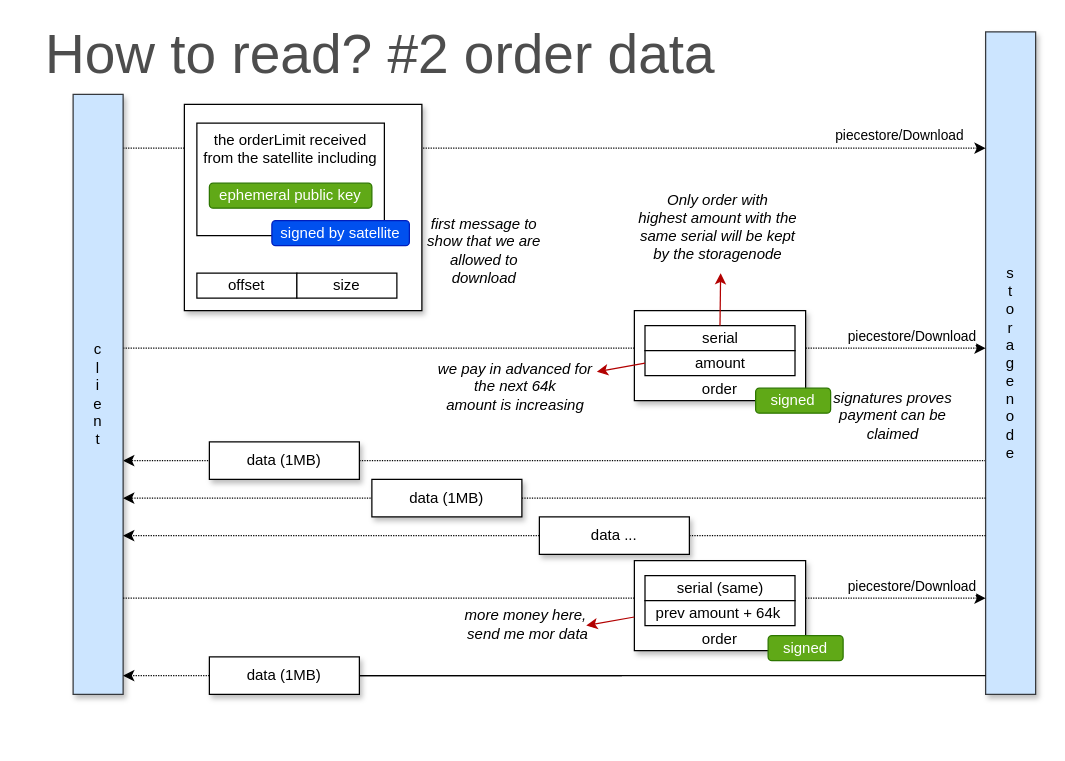
Before: page "read2" (9 of 11) of storj.drawio in storj/illustrated, a draw.io diagram. Source tidied: cells renumbered, new cells numbered last; positions are measured from the earlier drawing's top-left corner, leaving out a move shared by most shapes. Both pictures are drawn from the tidied source at 125%, with x=0, y=0 at pixel (42, 22).
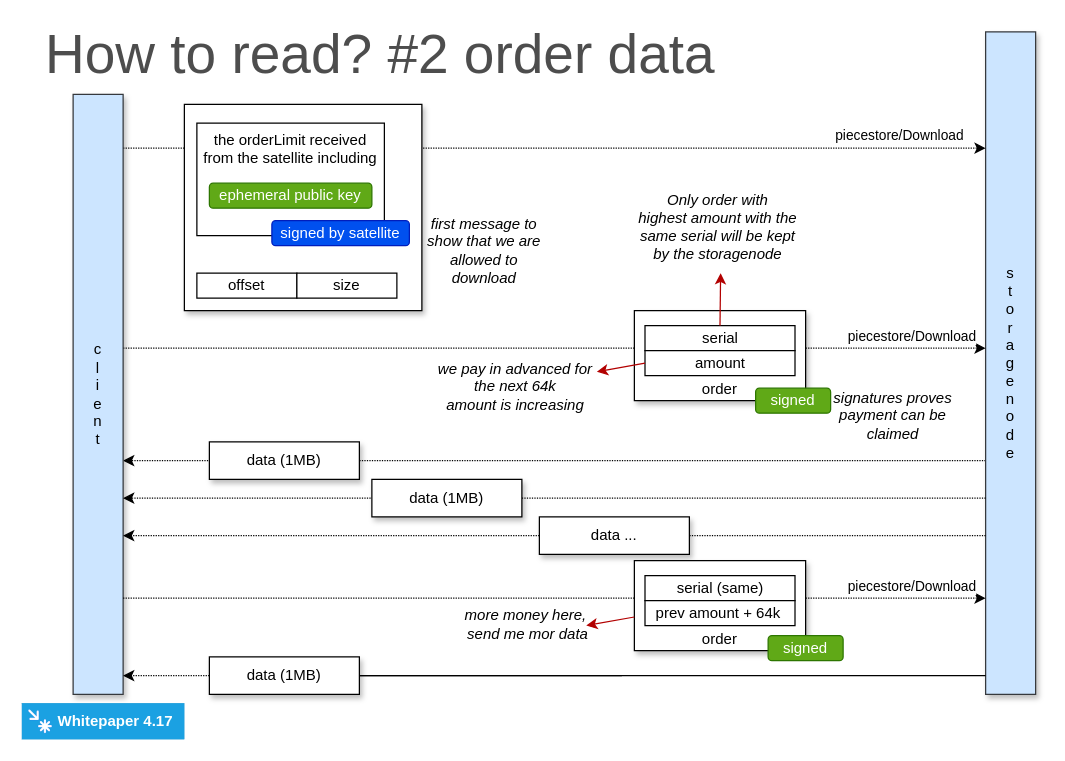
Above is the later version.

What changed in the source:
```diff
@@
+    <mxCell id="45" value="Whitepaper 4.17" style="rounded=0;whiteSpace=wrap;html=1;fontColor=#ffffff;strokeColor=#006EAF;align=left;fontStyle=1;spacing=5;fillColor=#1ba1e2;strokeWidth=0;spacingLeft=24;" parent="1" vertex="1">
+      <mxGeometry x="-17" y="544" width="130" height="29" as="geometry" />
+    </mxCell>
+    <mxCell id="46" style="shape=mxgraph.signs.travel.point_of_interest;html=1;verticalLabelPosition=bottom;verticalAlign=top;align=center;strokeColor=#3333FF;strokeWidth=0;" parent="1" vertex="1">
+      <mxGeometry x="-12" y="549" width="19" height="19" as="geometry" />
+    </mxCell>
```
